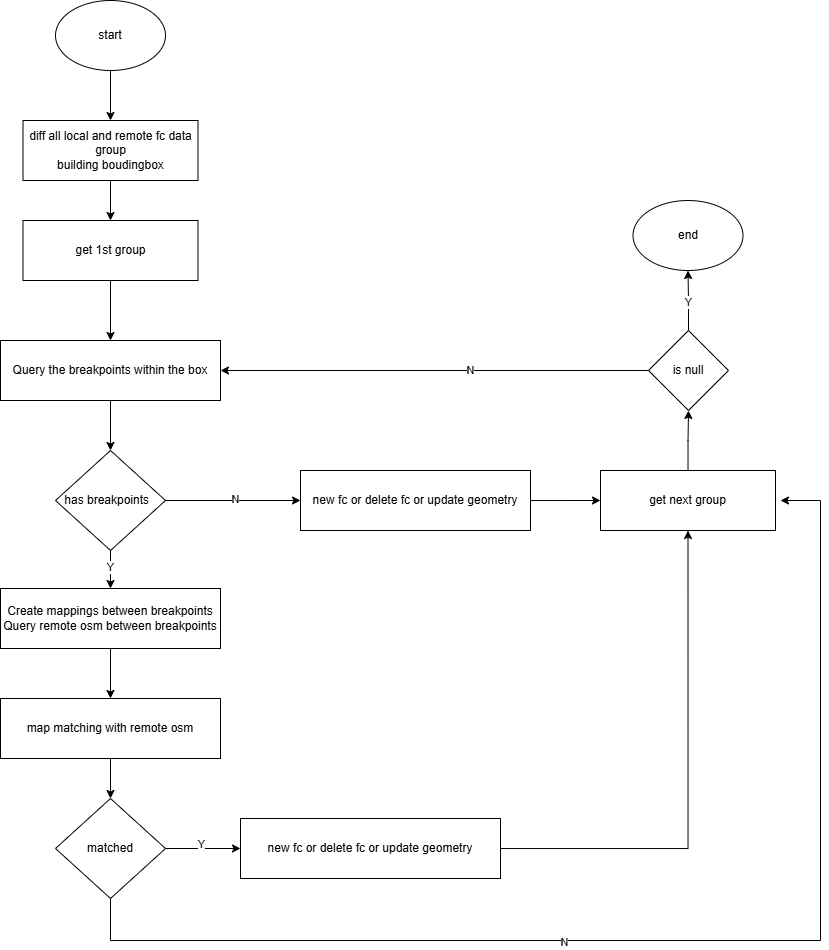
The draw.io diagram expired fc.drawio.png in 472542625/drawio, before a commit. Source tidied: cells renumbered, new cells last; positions are measured from the earlier drawing's top-left corner, leaving out a move shared by most shapes.
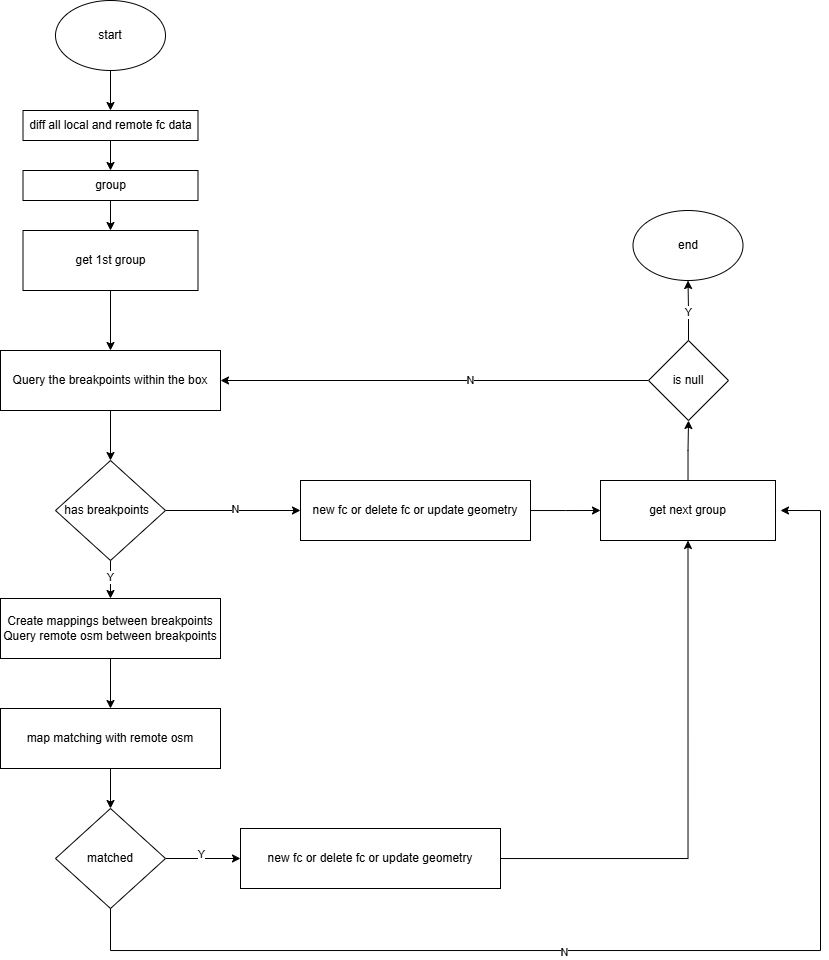
Later version of the same file.

Change to the diagram source:
```diff
@@ -2,17 +2,17 @@
   <root>
     <mxCell id="0" />
     <mxCell id="1" parent="0" />
-    <mxCell id="2" style="edgeStyle=orthogonalEdgeStyle;rounded=0;jettySize=auto;html=1;entryX=0.5;entryY=0;entryDx=0;entryDy=0;" parent="1" edge="1" source="3" target="7">
-      <mxGeometry relative="1" as="geometry" />
-    </mxCell>
+    <mxCell id="36" style="edgeStyle=orthogonalEdgeStyle;rounded=0;jettySize=auto;html=1;entryX=0.5;entryY=0;entryDx=0;entryDy=0;" parent="1" edge="1" source="3" target="38">
+      <mxGeometry relative="1" as="geometry" />
+    </mxCell>
-    <mxCell id="3" value="diff all local and remote fc data&lt;div&gt;group&lt;/div&gt;&lt;div&gt;building boudingbox&lt;/div&gt;" style="rounded=0;whiteSpace=wrap;html=1;" parent="1" vertex="1">
-      <mxGeometry x="22.5" y="120" width="175" height="60" as="geometry" />
+    <mxCell id="3" value="diff all local and remote fc data" style="rounded=0;whiteSpace=wrap;html=1;" parent="1" vertex="1">
+      <mxGeometry x="22.5" y="100" width="175" height="30" as="geometry" />
     </mxCell>
     <mxCell id="4" style="edgeStyle=orthogonalEdgeStyle;rounded=0;jettySize=auto;html=1;entryX=0.5;entryY=0;entryDx=0;entryDy=0;" parent="1" edge="1" source="5" target="3">
       <mxGeometry relative="1" as="geometry" />
     </mxCell>
     <mxCell id="5" value="start" style="ellipse;whiteSpace=wrap;html=1;" parent="1" vertex="1">
-      <mxGeometry x="55" width="110" height="70" as="geometry" />
+      <mxGeometry x="55" y="-10" width="110" height="70" as="geometry" />
     </mxCell>
     <mxCell id="6" style="edgeStyle=orthogonalEdgeStyle;rounded=0;jettySize=auto;html=1;" parent="1" edge="1" source="7" target="9">
       <mxGeometry relative="1" as="geometry" />
@@ -113,5 +113,11 @@
     <mxCell id="35" value="N" style="edgeLabel;html=1;align=center;verticalAlign=middle;" parent="34" vertex="1">
       <mxGeometry x="-0.2" y="-2" relative="1" as="geometry" />
     </mxCell>
+    <mxCell id="37" style="edgeStyle=orthogonalEdgeStyle;rounded=0;jettySize=auto;html=1;entryX=0.5;entryY=0;entryDx=0;entryDy=0;" parent="1" edge="1" source="38" target="7">
+      <mxGeometry relative="1" as="geometry" />
+    </mxCell>
+    <mxCell id="38" value="group" style="rounded=0;whiteSpace=wrap;html=1;" parent="1" vertex="1">
+      <mxGeometry x="22.5" y="160" width="175" height="30" as="geometry" />
+    </mxCell>
   </root>
 </mxGraphModel>
```
